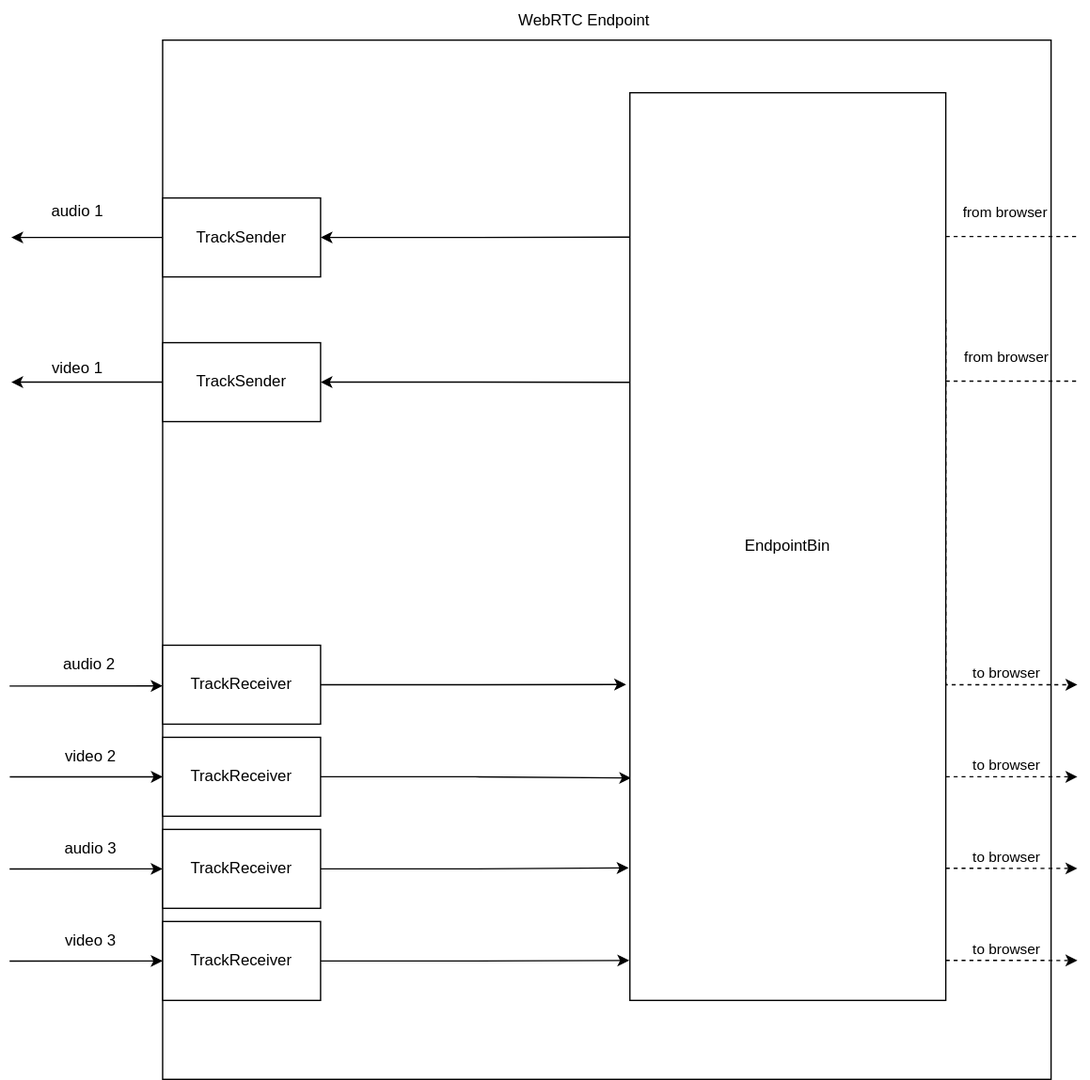
fishjam-dev/membrane_rtc_engine keeps this draw.io diagram as internal_docs/assets/webrtc_endpoint_architecture.svg. Above is the earlier version. Source tidied: cells renumbered, new cells last; positions are measured from the earlier drawing's top-left corner, leaving out a move shared by most shapes.
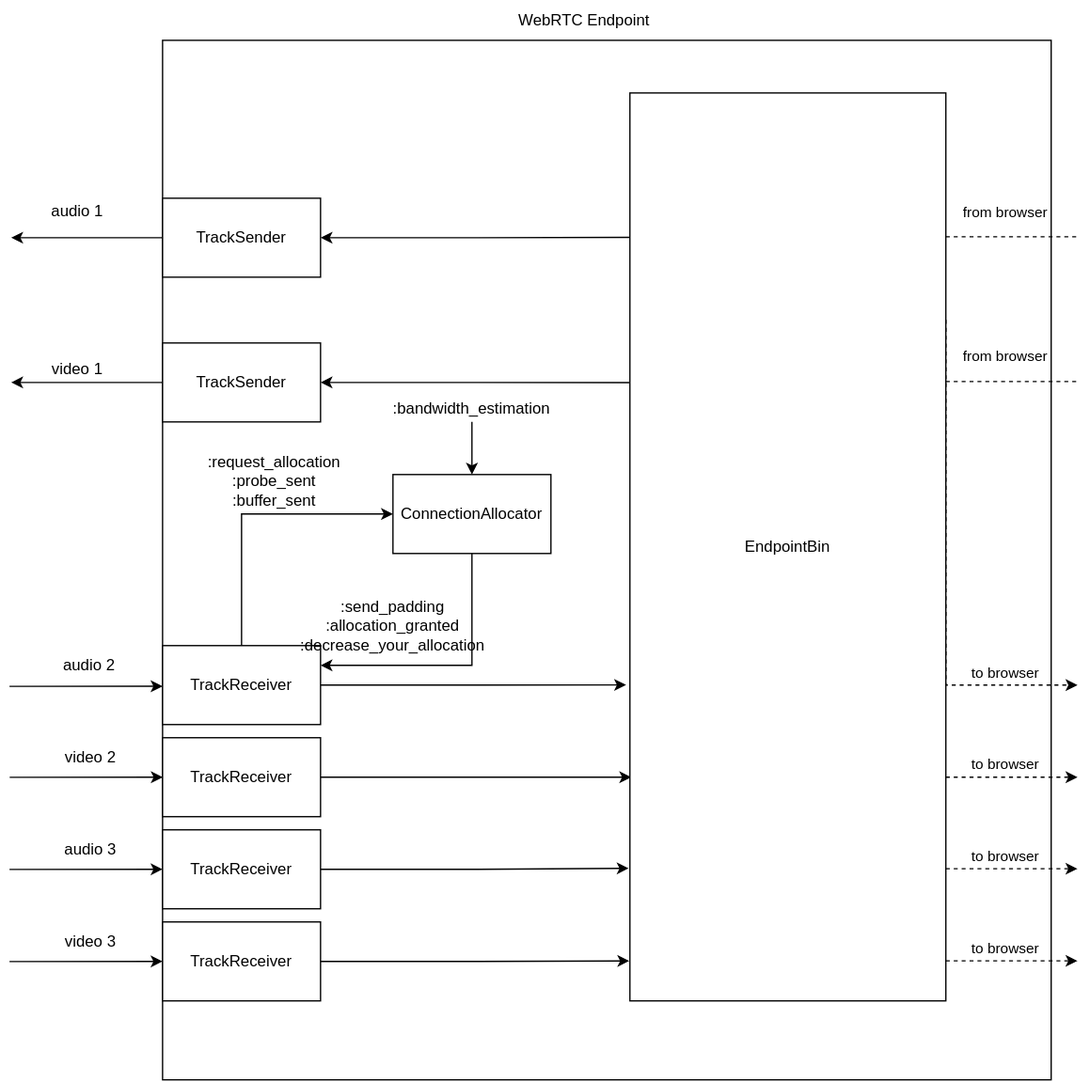
Later version of the same file.

Commit message:
Update `internal_docs` with `ConnectionAllocator`

The edit, as a diff of the source:
```diff
@@ -44,11 +44,21 @@
     <mxCell id="11" style="edgeStyle=orthogonalEdgeStyle;rounded=0;jettySize=auto;html=1;exitX=1;exitY=0.5;exitDx=0;exitDy=0;entryX=-0.012;entryY=0.652;entryDx=0;entryDy=0;entryPerimeter=0;startArrow=none;startFill=0;endArrow=classic;endFill=1;" parent="1" edge="1" source="12" target="22">
       <mxGeometry relative="1" as="geometry" />
     </mxCell>
+    <mxCell id="41" style="edgeStyle=orthogonalEdgeStyle;rounded=0;jettySize=auto;html=1;exitX=0.5;exitY=0;exitDx=0;exitDy=0;entryX=0;entryY=0.5;entryDx=0;entryDy=0;" parent="1" edge="1" source="12" target="45">
+      <mxGeometry relative="1" as="geometry" />
+    </mxCell>
+    <mxCell id="42" style="edgeStyle=orthogonalEdgeStyle;rounded=0;jettySize=auto;html=1;exitX=1;exitY=0.25;exitDx=0;exitDy=0;entryX=0.5;entryY=1;entryDx=0;entryDy=0;startArrow=classic;startFill=1;endArrow=none;endFill=0;" parent="1" edge="1" source="12" target="45">
+      <mxGeometry relative="1" as="geometry" />
+    </mxCell>
     <mxCell id="12" value="TrackReceiver" style="rounded=0;whiteSpace=wrap;html=1;" parent="1" vertex="1">
       <mxGeometry x="116" y="490" width="120" height="60" as="geometry" />
     </mxCell>
     <mxCell id="13" style="edgeStyle=orthogonalEdgeStyle;rounded=0;jettySize=auto;html=1;exitX=1;exitY=0.5;exitDx=0;exitDy=0;entryX=0.004;entryY=0.755;entryDx=0;entryDy=0;startArrow=none;startFill=0;endArrow=classic;endFill=1;entryPerimeter=0;" parent="1" edge="1" source="14" target="22">
-      <mxGeometry relative="1" as="geometry" />
+      <mxGeometry relative="1" as="geometry">
+        <Array as="points">
+          <mxPoint x="472" y="590" />
+        </Array>
+      </mxGeometry>
     </mxCell>
     <mxCell id="14" value="TrackReceiver" style="rounded=0;whiteSpace=wrap;html=1;" parent="1" vertex="1">
       <mxGeometry x="116" y="560" width="120" height="60" as="geometry" />
@@ -172,5 +182,22 @@
     <mxCell id="40" value="from browser" style="edgeLabel;html=1;align=center;verticalAlign=middle;" parent="1" vertex="1">
       <mxGeometry x="756" y="270" as="geometry" />
     </mxCell>
+    <mxCell id="43" value=":request_allocation&lt;br&gt;:probe_sent&lt;br&gt;:buffer_sent" style="text;html=1;strokeColor=none;fillColor=none;align=center;verticalAlign=middle;whiteSpace=wrap;rounded=0;" parent="1" vertex="1">
+      <mxGeometry x="171" y="350" width="60" height="30" as="geometry" />
+    </mxCell>
+    <mxCell id="44" value=":send_padding&lt;br&gt;:allocation_granted&lt;br&gt;:decrease_your_allocation" style="text;html=1;strokeColor=none;fillColor=none;align=center;verticalAlign=middle;whiteSpace=wrap;rounded=0;" parent="1" vertex="1">
+      <mxGeometry x="261" y="460" width="60" height="30" as="geometry" />
+    </mxCell>
+    <mxCell id="45" value="ConnectionAllocator" style="rounded=0;whiteSpace=wrap;html=1;" parent="1" vertex="1">
+      <mxGeometry x="291" y="360" width="120" height="60" as="geometry" />
+    </mxCell>
+    <mxCell id="46" style="endArrow=classic;html=1;rounded=0;entryX=0.5;entryY=0;entryDx=0;entryDy=0;" parent="1" edge="1" target="45">
+      <mxGeometry relative="1" as="geometry">
+        <mxPoint x="351" y="320" as="sourcePoint" />
+      </mxGeometry>
+    </mxCell>
+    <mxCell id="47" value=":bandwidth_estimation" style="text;html=1;strokeColor=none;fillColor=none;align=center;verticalAlign=middle;whiteSpace=wrap;rounded=0;" parent="1" vertex="1">
+      <mxGeometry x="301" y="295" width="100" height="30" as="geometry" />
+    </mxCell>
   </root>
 </mxGraphModel>
```
